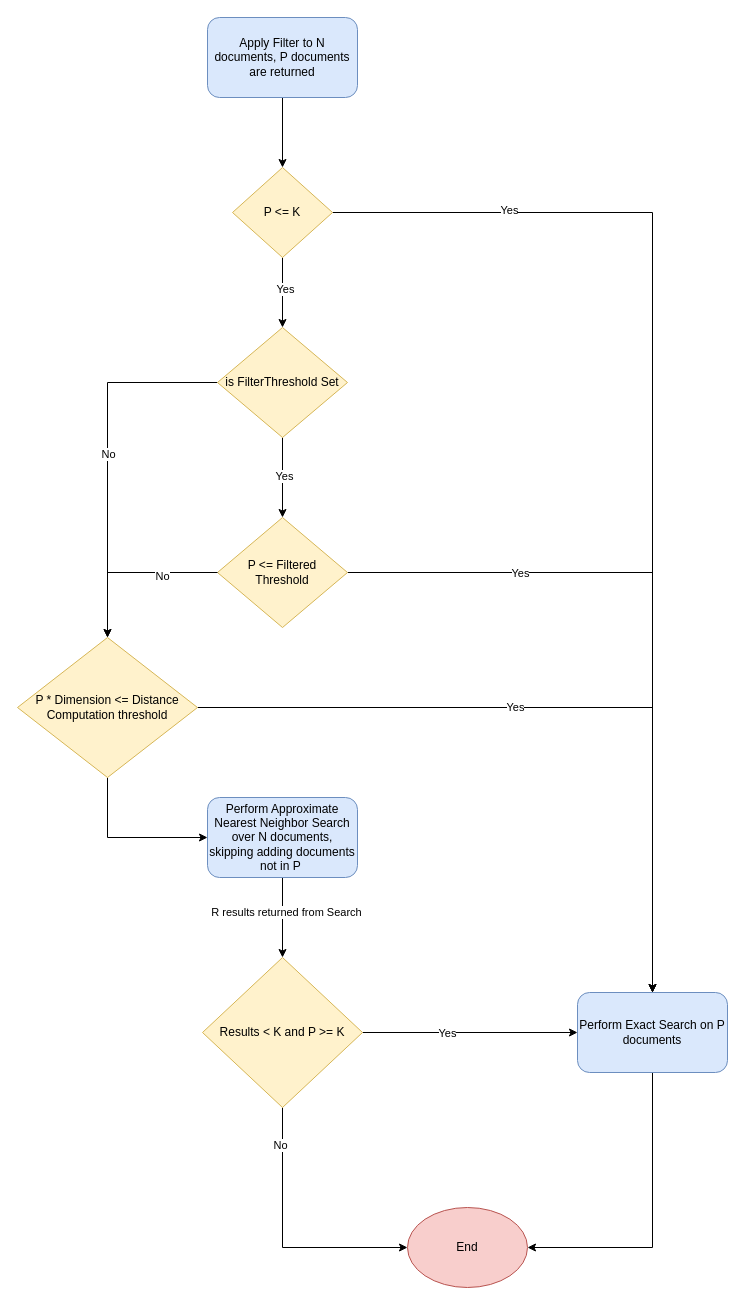
This is page "Pre-filter Algorithm" (3 of 3) of OpenSearch/FaissEfficientFiltering.drawio from navneet1v/FlowDiagram, a draw.io file, before an edit. Source tidied: cells renumbered, new cells numbered last; positions are measured from the earlier drawing's top-left corner, leaving out a move shared by most shapes. Both pictures are drawn from the tidied source at 100%, with x=0, y=0 at pixel (17, 17).
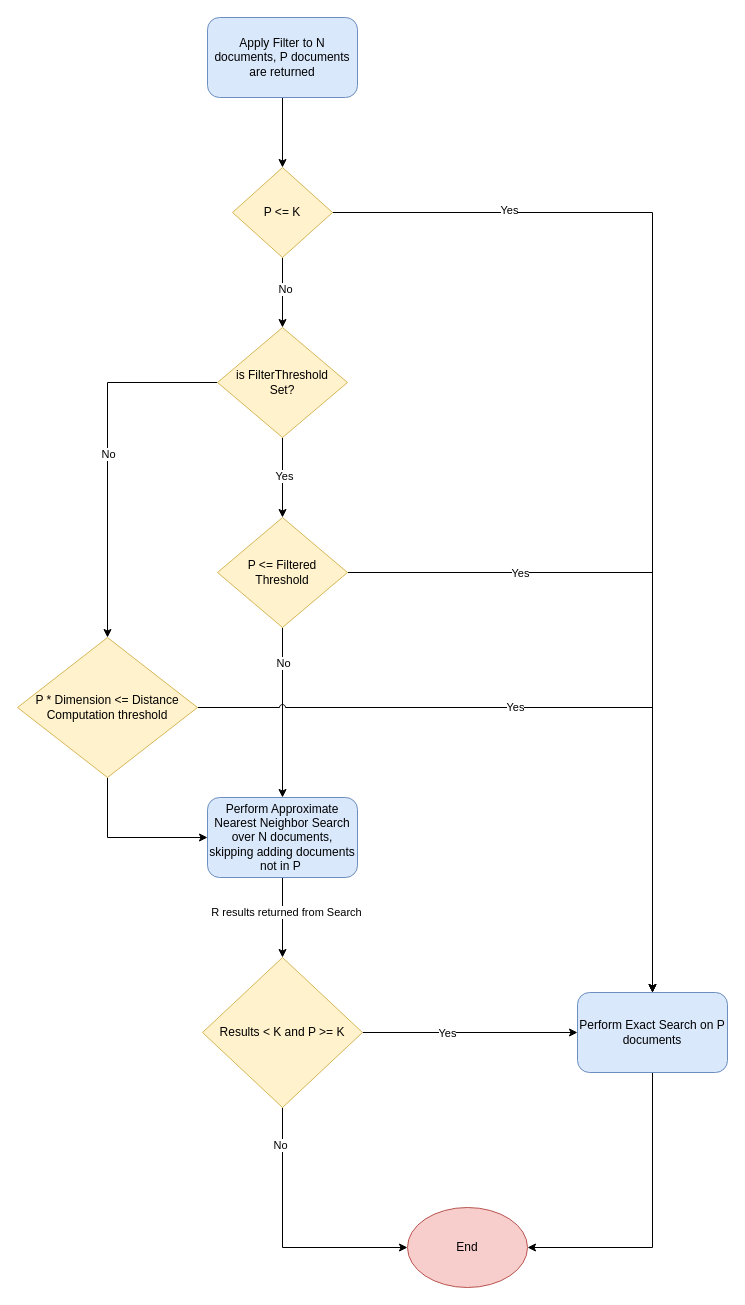
The same page after the edit.

Unchanged cells that the change refers to:
```xml
<mxCell id="6" style="edgeStyle=orthogonalEdgeStyle;rounded=0;jettySize=auto;html=1;exitX=0.5;exitY=1;exitDx=0;exitDy=0;entryX=0.5;entryY=0;entryDx=0;entryDy=0;" parent="1" edge="1" source="8" target="24">
  <mxGeometry relative="1" as="geometry" />
</mxCell>
<mxCell id="12" value="Perform Approximate Nearest Neighbor Search over N documents, skipping adding documents not in P&amp;nbsp;" style="rounded=1;whiteSpace=wrap;html=1;fillColor=#dae8fc;strokeColor=#6c8ebf;" parent="1" vertex="1">
  <mxGeometry x="190" y="780" width="150" height="80" as="geometry" />
</mxCell>
<mxCell id="14" value="Perform Exact Search on P documents" style="rounded=1;whiteSpace=wrap;html=1;fillColor=#dae8fc;strokeColor=#6c8ebf;" parent="1" vertex="1">
  <mxGeometry x="560" y="975" width="150" height="80" as="geometry" />
</mxCell>
<mxCell id="27" value="P &amp;lt;= Filtered &lt;br&gt;Threshold" style="rhombus;whiteSpace=wrap;html=1;fillColor=#fff2cc;strokeColor=#d6b656;" parent="1" vertex="1">
  <mxGeometry x="200" y="500" width="130" height="110" as="geometry" />
</mxCell>
<mxCell id="32" value="P * Dimension &amp;lt;= Distance Computation threshold" style="rhombus;whiteSpace=wrap;html=1;fillColor=#fff2cc;strokeColor=#d6b656;" parent="1" vertex="1">
  <mxGeometry y="620" width="180" height="140" as="geometry" />
</mxCell>
```

What changed in the source:
```diff
@@
-    <mxCell id="7" value="Yes" style="edgeLabel;html=1;align=center;verticalAlign=middle;" parent="6" vertex="1">
+    <mxCell id="7" value="No" style="edgeLabel;html=1;align=center;verticalAlign=middle;" parent="6" vertex="1">
       <mxGeometry x="-0.12" y="2" relative="1" as="geometry" />
     </mxCell>
@@
-    <mxCell id="24" value="is FilterThreshold Set" style="rhombus;whiteSpace=wrap;html=1;fillColor=#fff2cc;strokeColor=#d6b656;" parent="1" vertex="1">
+    <mxCell id="24" value="is FilterThreshold &lt;br&gt;Set?" style="rhombus;whiteSpace=wrap;html=1;fillColor=#fff2cc;strokeColor=#d6b656;" parent="1" vertex="1">
       <mxGeometry x="200" y="310" width="130" height="110" as="geometry" />
     </mxCell>
@@
+    <mxCell id="33" style="edgeStyle=orthogonalEdgeStyle;rounded=0;jettySize=auto;html=1;exitX=0.5;exitY=1;exitDx=0;exitDy=0;" parent="1" edge="1" source="27" target="12">
+      <mxGeometry relative="1" as="geometry" />
+    </mxCell>
+    <mxCell id="29" value="No" style="edgeLabel;html=1;align=center;verticalAlign=middle;" parent="33" vertex="1">
+      <mxGeometry x="-0.59" relative="1" as="geometry" />
+    </mxCell>
@@
-    <mxCell id="28" style="edgeStyle=orthogonalEdgeStyle;rounded=0;jettySize=auto;html=1;exitX=0;exitY=0.5;exitDx=0;exitDy=0;entryX=0.5;entryY=0;entryDx=0;entryDy=0;" parent="1" edge="1" source="27" target="32">
-      <mxGeometry relative="1" as="geometry" />
-    </mxCell>
-    <mxCell id="29" value="No" style="edgeLabel;html=1;align=center;verticalAlign=middle;" parent="28" vertex="1">
-      <mxGeometry x="-0.36" y="3" relative="1" as="geometry" />
-    </mxCell>
-    <mxCell id="30" value="Yes" style="edgeStyle=orthogonalEdgeStyle;rounded=0;jettySize=auto;html=1;exitX=1;exitY=0.5;exitDx=0;exitDy=0;entryX=0.5;entryY=0;entryDx=0;entryDy=0;" parent="1" edge="1" source="32" target="14">
+    <mxCell id="30" value="Yes" style="edgeStyle=orthogonalEdgeStyle;rounded=0;jettySize=auto;html=1;exitX=1;exitY=0.5;exitDx=0;exitDy=0;entryX=0.5;entryY=0;entryDx=0;entryDy=0;jumpStyle=arc;" parent="1" edge="1" source="32" target="14">
       <mxGeometry x="-0.14" relative="1" as="geometry" />
     </mxCell>
```
